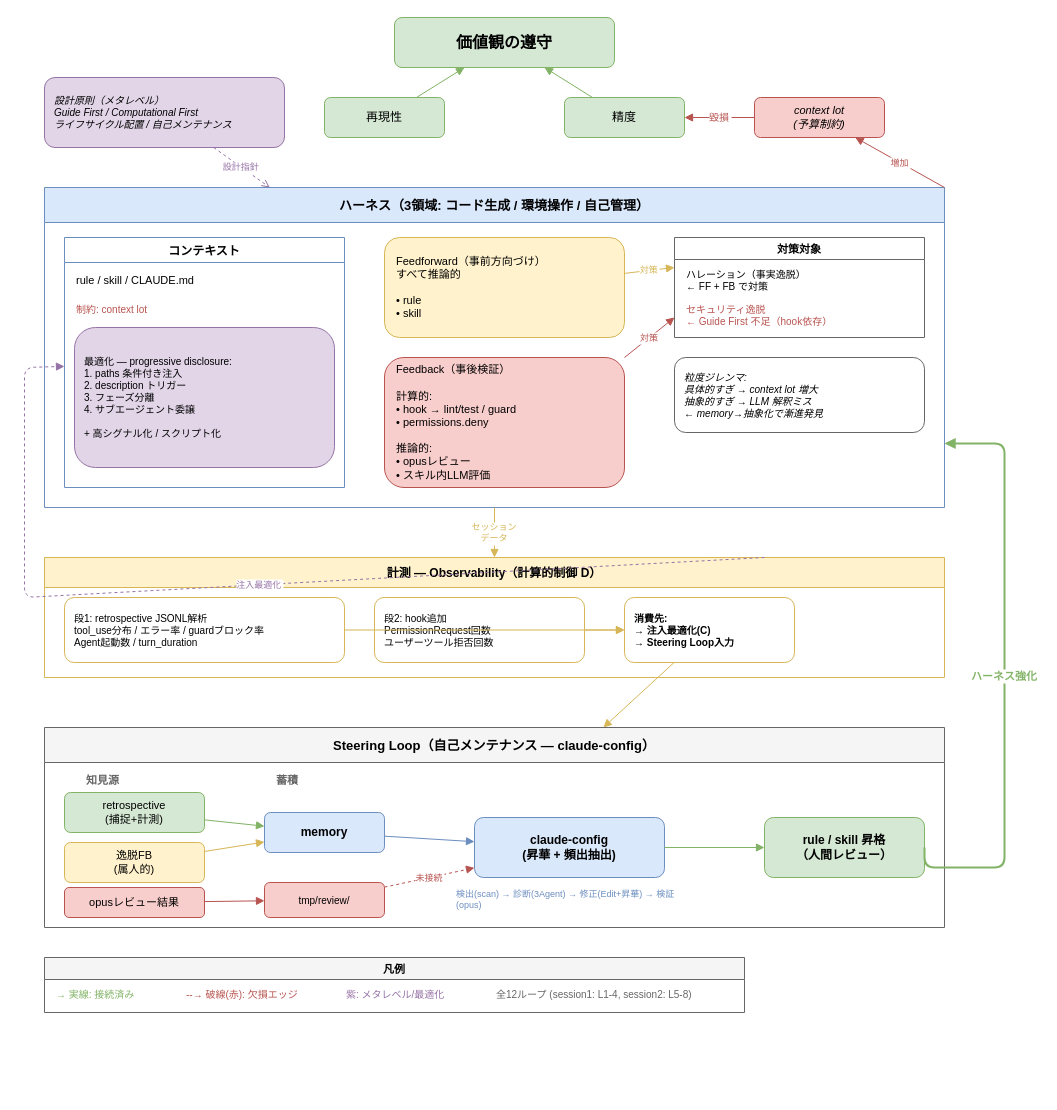
The draw.io diagram docs/harness-engineering-full-v2.drawio in swat9013/dotfiles, before the edit. Source tidied: cells renumbered, new cells numbered last; positions are measured from the earlier drawing's top-left corner, leaving out a move shared by most shapes. Both pictures are drawn from the tidied source at 100%, with x=0, y=0 at pixel (24, 17).
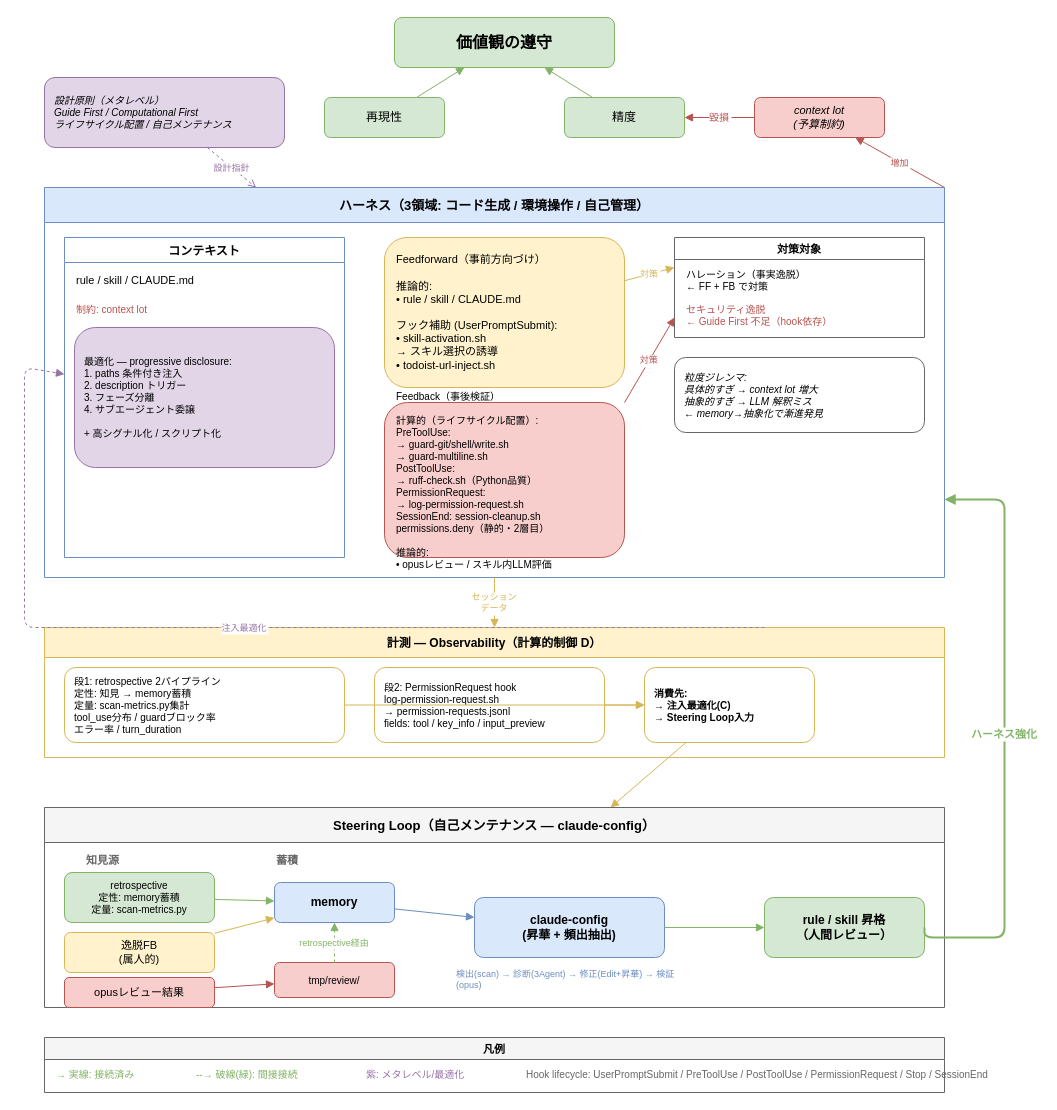
The same page after the edit.

The change refers to these unchanged cells:
```xml
<mxCell id="41" value="claude-config&#10;(昇華 + 頻出抽出)" style="rounded=1;whiteSpace=wrap;fillColor=#dae8fc;strokeColor=#6c8ebf;fontStyle=1;fontSize=12;" parent="33" vertex="1">
  <mxGeometry x="430" y="90" width="190" height="60" as="geometry" />
</mxCell>
<mxCell id="43" value="rule / skill 昇格&#10;（人間レビュー）" style="rounded=1;whiteSpace=wrap;fillColor=#d5e8d4;strokeColor=#82b366;fontStyle=1;fontSize=12;" parent="33" vertex="1">
  <mxGeometry x="720" y="90" width="160" height="60" as="geometry" />
</mxCell>
```

Diff of the diagram source:
```diff
@@
     <mxCell id="11" value="ハーネス（3領域: コード生成 / 環境操作 / 自己管理）" style="swimlane;fillColor=#dae8fc;strokeColor=#6c8ebf;fontStyle=1;fontSize=13;startSize=35;" parent="1" vertex="1">
-      <mxGeometry x="20" y="170" width="900" height="320" as="geometry" />
+      <mxGeometry x="20" y="170" width="900" height="390" as="geometry" />
     </mxCell>
     <mxCell id="12" value="コンテキスト" style="swimlane;fillColor=#fff;strokeColor=#6c8ebf;fontSize=12;fontStyle=1;startSize=25;" parent="11" vertex="1">
-      <mxGeometry x="20" y="50" width="280" height="250" as="geometry" />
+      <mxGeometry x="20" y="50" width="280" height="320" as="geometry" />
     </mxCell>
@@
-    <mxCell id="16" value="Feedforward（事前方向づけ）&#10;すべて推論的&#10;&#10;• rule&#10;• skill" style="rounded=1;whiteSpace=wrap;fillColor=#fff2cc;strokeColor=#d6b656;fontSize=11;align=left;spacingLeft=10;" parent="11" vertex="1">
-      <mxGeometry x="340" y="50" width="240" height="100" as="geometry" />
+    <mxCell id="16" value="Feedforward（事前方向づけ）&#10;&#10;推論的:&#10;• rule / skill / CLAUDE.md&#10;&#10;フック補助 (UserPromptSubmit):&#10;• skill-activation.sh&#10;  → スキル選択の誘導&#10;• todoist-url-inject.sh" style="rounded=1;whiteSpace=wrap;fillColor=#fff2cc;strokeColor=#d6b656;fontSize=11;align=left;spacingLeft=10;" parent="11" vertex="1">
+      <mxGeometry x="340" y="50" width="240" height="150" as="geometry" />
     </mxCell>
-    <mxCell id="17" value="Feedback（事後検証）&#10;&#10;計算的:&#10;• hook → lint/test / guard&#10;• permissions.deny&#10;&#10;推論的:&#10;• opusレビュー&#10;• スキル内LLM評価" style="rounded=1;whiteSpace=wrap;fillColor=#f8cecc;strokeColor=#b85450;fontSize=11;align=left;spacingLeft=10;" parent="11" vertex="1">
-      <mxGeometry x="340" y="170" width="240" height="130" as="geometry" />
+    <mxCell id="17" value="Feedback（事後検証）&#10;&#10;計算的（ライフサイクル配置）:&#10;PreToolUse:&#10; → guard-git/shell/write.sh&#10; → guard-multiline.sh&#10;PostToolUse:&#10; → ruff-check.sh（Python品質）&#10;PermissionRequest:&#10; → log-permission-request.sh&#10;SessionEnd: session-cleanup.sh&#10;permissions.deny（静的・2層目）&#10;&#10;推論的:&#10;• opusレビュー / スキル内LLM評価" style="rounded=1;whiteSpace=wrap;fillColor=#f8cecc;strokeColor=#b85450;fontSize=10;align=left;spacingLeft=10;" parent="11" vertex="1">
+      <mxGeometry x="340" y="215" width="240" height="155" as="geometry" />
     </mxCell>
@@
     <mxCell id="25" value="計測 — Observability（計算的制御 D）" style="swimlane;fillColor=#fff2cc;strokeColor=#d6b656;fontStyle=1;fontSize=12;startSize=30;" parent="1" vertex="1">
-      <mxGeometry x="20" y="540" width="900" height="120" as="geometry" />
+      <mxGeometry x="20" y="610" width="900" height="130" as="geometry" />
     </mxCell>
-    <mxCell id="26" value="段1: retrospective JSONL解析&#10;tool_use分布 / エラー率 / guardブロック率&#10;Agent起動数 / turn_duration" style="rounded=1;whiteSpace=wrap;fillColor=#fff;strokeColor=#d6b656;fontSize=10;align=left;spacingLeft=8;" parent="25" vertex="1">
-      <mxGeometry x="20" y="40" width="280" height="65" as="geometry" />
+    <mxCell id="26" value="段1: retrospective 2パイプライン&#10;定性: 知見 → memory蓄積&#10;定量: scan-metrics.py集計&#10;  tool_use分布 / guardブロック率&#10;  エラー率 / turn_duration" style="rounded=1;whiteSpace=wrap;fillColor=#fff;strokeColor=#d6b656;fontSize=10;align=left;spacingLeft=8;" parent="25" vertex="1">
+      <mxGeometry x="20" y="40" width="280" height="75" as="geometry" />
     </mxCell>
-    <mxCell id="27" value="段2: hook追加&#10;PermissionRequest回数&#10;ユーザーツール拒否回数" style="rounded=1;whiteSpace=wrap;fillColor=#fff;strokeColor=#d6b656;fontSize=10;align=left;spacingLeft=8;" parent="25" vertex="1">
-      <mxGeometry x="330" y="40" width="210" height="65" as="geometry" />
+    <mxCell id="27" value="段2: PermissionRequest hook&#10;log-permission-request.sh&#10;→ permission-requests.jsonl&#10;fields: tool / key_info / input_preview" style="rounded=1;whiteSpace=wrap;fillColor=#fff;strokeColor=#d6b656;fontSize=10;align=left;spacingLeft=8;" parent="25" vertex="1">
+      <mxGeometry x="330" y="40" width="230" height="75" as="geometry" />
     </mxCell>
     <mxCell id="28" value="消費先:&#10;→ 注入最適化(C)&#10;→ Steering Loop入力" style="rounded=1;whiteSpace=wrap;fillColor=#fff;strokeColor=#d6b656;fontSize=10;align=left;spacingLeft=8;fontStyle=1;" parent="25" vertex="1">
-      <mxGeometry x="580" y="40" width="170" height="65" as="geometry" />
+      <mxGeometry x="600" y="40" width="170" height="75" as="geometry" />
     </mxCell>
@@
     <mxCell id="33" value="Steering Loop（自己メンテナンス — claude-config）" style="swimlane;fillColor=#f5f5f5;strokeColor=#666666;fontStyle=1;fontSize=13;startSize=35;" parent="1" vertex="1">
-      <mxGeometry x="20" y="710" width="900" height="200" as="geometry" />
+      <mxGeometry x="20" y="790" width="900" height="200" as="geometry" />
     </mxCell>
@@
-    <mxCell id="36" value="retrospective&#10;(捕捉+計測)" style="rounded=1;whiteSpace=wrap;fillColor=#d5e8d4;strokeColor=#82b366;fontSize=11;" parent="33" vertex="1">
-      <mxGeometry x="20" y="65" width="140" height="40" as="geometry" />
+    <mxCell id="36" value="retrospective&#10;定性: memory蓄積&#10;定量: scan-metrics.py" style="rounded=1;whiteSpace=wrap;fillColor=#d5e8d4;strokeColor=#82b366;fontSize=10;" parent="33" vertex="1">
+      <mxGeometry x="20" y="65" width="150" height="50" as="geometry" />
     </mxCell>
     <mxCell id="37" value="逸脱FB&#10;(属人的)" style="rounded=1;whiteSpace=wrap;fillColor=#fff2cc;strokeColor=#d6b656;fontSize=11;" parent="33" vertex="1">
-      <mxGeometry x="20" y="115" width="140" height="40" as="geometry" />
+      <mxGeometry x="20" y="125" width="150" height="40" as="geometry" />
     </mxCell>
     <mxCell id="38" value="opusレビュー結果" style="rounded=1;whiteSpace=wrap;fillColor=#f8cecc;strokeColor=#b85450;fontSize=11;" parent="33" vertex="1">
-      <mxGeometry x="20" y="160" width="140" height="30" as="geometry" />
+      <mxGeometry x="20" y="170" width="150" height="30" as="geometry" />
     </mxCell>
     <mxCell id="39" value="memory" style="rounded=1;whiteSpace=wrap;fillColor=#dae8fc;strokeColor=#6c8ebf;fontStyle=1;fontSize=12;" parent="33" vertex="1">
-      <mxGeometry x="220" y="85" width="120" height="40" as="geometry" />
+      <mxGeometry x="230" y="75" width="120" height="40" as="geometry" />
     </mxCell>
     <mxCell id="40" value="tmp/review/" style="rounded=1;whiteSpace=wrap;fillColor=#f8cecc;strokeColor=#b85450;fontSize=10;" parent="33" vertex="1">
-      <mxGeometry x="220" y="155" width="120" height="35" as="geometry" />
+      <mxGeometry x="230" y="155" width="120" height="35" as="geometry" />
     </mxCell>
@@
-    <mxCell id="48" value="未接続" style="endArrow=block;endFill=1;dashed=1;strokeColor=#b85450;fontColor=#b85450;fontSize=9;" parent="33" edge="1" source="40" target="41">
+    <mxCell id="48" value="retrospective経由" style="endArrow=block;endFill=1;dashed=1;strokeColor=#82b366;fontColor=#82b366;fontSize=9;" parent="33" edge="1" source="40" target="39">
       <mxGeometry relative="1" as="geometry" />
     </mxCell>
@@
     <mxCell id="50" value="ハーネス強化" style="edgeStyle=orthogonalEdgeStyle;endArrow=block;endFill=1;strokeColor=#82b366;fontColor=#82b366;fontSize=11;fontStyle=1;strokeWidth=2;exitX=1;exitY=0.5;entryX=1;entryY=0.8;" parent="1" edge="1" source="43" target="11">
       <mxGeometry relative="1" as="geometry">
         <Array as="points">
-          <mxPoint x="980" y="850" />
-          <mxPoint x="980" y="426" />
+          <mxPoint x="980" y="920" />
+          <mxPoint x="980" y="482" />
         </Array>
       </mxGeometry>
     </mxCell>
     <mxCell id="51" value="注入最適化" style="endArrow=block;endFill=1;dashed=1;strokeColor=#9673a6;fontColor=#9673a6;fontSize=9;exitX=0.8;exitY=0;" parent="1" edge="1" source="25" target="12">
       <mxGeometry relative="1" as="geometry">
         <Array as="points">
-          <mxPoint y="580" />
+          <mxPoint y="610" />
           <mxPoint y="350" />
         </Array>
       </mxGeometry>
     </mxCell>
     <mxCell id="52" value="凡例" style="swimlane;fillColor=#f5f5f5;strokeColor=#666666;fontStyle=1;fontSize=11;startSize=22;" parent="1" vertex="1">
-      <mxGeometry x="20" y="940" width="700" height="55" as="geometry" />
+      <mxGeometry x="20" y="1020" width="900" height="55" as="geometry" />
     </mxCell>
     <mxCell id="53" value="→ 実線: 接続済み" style="text;fillColor=none;strokeColor=none;fontColor=#82b366;fontSize=10;" parent="52" vertex="1">
-      <mxGeometry x="10" y="25" width="130" height="22" as="geometry" />
+      <mxGeometry x="10" y="25" width="140" height="22" as="geometry" />
     </mxCell>
-    <mxCell id="54" value="--→ 破線(赤): 欠損エッジ" style="text;fillColor=none;strokeColor=none;fontColor=#b85450;fontSize=10;" parent="52" vertex="1">
-      <mxGeometry x="140" y="25" width="160" height="22" as="geometry" />
+    <mxCell id="54" value="--→ 破線(緑): 間接接続" style="text;fillColor=none;strokeColor=none;fontColor=#82b366;fontSize=10;" parent="52" vertex="1">
+      <mxGeometry x="150" y="25" width="160" height="22" as="geometry" />
     </mxCell>
     <mxCell id="55" value="紫: メタレベル/最適化" style="text;fillColor=none;strokeColor=none;fontColor=#9673a6;fontSize=10;" parent="52" vertex="1">
-      <mxGeometry x="300" y="25" width="140" height="22" as="geometry" />
+      <mxGeometry x="320" y="25" width="150" height="22" as="geometry" />
     </mxCell>
-    <mxCell id="56" value="全12ループ (session1: L1-4, session2: L5-8)" style="text;fillColor=none;strokeColor=none;fontColor=#666666;fontSize=10;" parent="52" vertex="1">
-      <mxGeometry x="450" y="25" width="240" height="22" as="geometry" />
+    <mxCell id="56" value="Hook lifecycle: UserPromptSubmit / PreToolUse / PostToolUse / PermissionRequest / Stop / SessionEnd" style="text;fillColor=none;strokeColor=none;fontColor=#666666;fontSize=10;" parent="52" vertex="1">
+      <mxGeometry x="480" y="25" width="410" height="22" as="geometry" />
     </mxCell>
```
